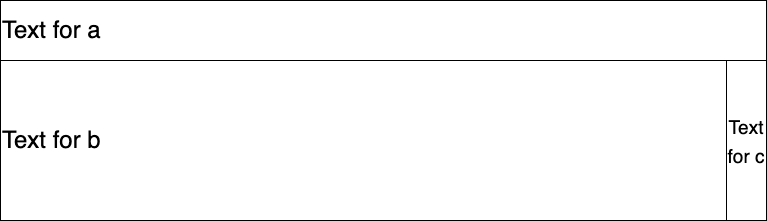
Above: public/assets/images/quizz_question5.png in yentruongmiu/wap0620.github.io (draw.io), before the change. Source tidied: cells renumbered, new cells last; positions are measured from the earlier drawing's top-left corner, leaving out a move shared by most shapes.
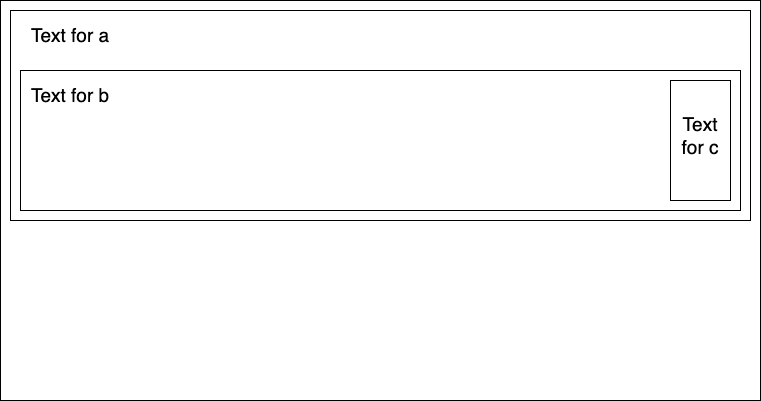
Later version of the same file.

What changed in the source:
```diff
@@ -2,14 +2,26 @@
   <root>
     <mxCell id="0" />
     <mxCell id="1" parent="0" />
+    <mxCell id="5" style="rounded=0;whiteSpace=wrap;html=1;fontSize=19;fillColor=none;" parent="1" vertex="1">
+      <mxGeometry x="6" y="-20" width="760" height="400" as="geometry" />
+    </mxCell>
+    <mxCell id="6" style="rounded=0;whiteSpace=wrap;html=1;fontSize=19;fillColor=none;align=left;" parent="1" vertex="1">
+      <mxGeometry x="16" y="-10" width="740" height="210" as="geometry" />
+    </mxCell>
+    <mxCell id="7" style="rounded=0;whiteSpace=wrap;html=1;fontSize=19;fillColor=none;" parent="1" vertex="1">
+      <mxGeometry x="26" y="50" width="720" height="140" as="geometry" />
+    </mxCell>
-    <mxCell id="2" value="&lt;font style=&quot;font-size: 24px;&quot;&gt;Text for a&lt;/font&gt;" style="rounded=0;whiteSpace=wrap;html=1;fillColor=none;align=left;" parent="1" vertex="1">
-      <mxGeometry width="766" height="60" as="geometry" />
+    <mxCell id="2" value="Text for a" style="text;html=1;strokeColor=none;fillColor=none;align=center;verticalAlign=middle;whiteSpace=wrap;rounded=0;fontSize=19;" parent="1" vertex="1">
+      <mxGeometry x="26" width="100" height="30" as="geometry" />
     </mxCell>
-    <mxCell id="3" value="Text for b" style="rounded=0;whiteSpace=wrap;html=1;fontSize=24;fillColor=none;align=left;" parent="1" vertex="1">
-      <mxGeometry y="60" width="766" height="160" as="geometry" />
+    <mxCell id="3" value="Text for b" style="text;html=1;strokeColor=none;fillColor=none;align=center;verticalAlign=middle;whiteSpace=wrap;rounded=0;fontSize=19;" parent="1" vertex="1">
+      <mxGeometry x="16" y="60" width="120" height="30" as="geometry" />
     </mxCell>
+    <mxCell id="8" style="rounded=0;whiteSpace=wrap;html=1;fontSize=19;fillColor=none;" parent="1" vertex="1">
+      <mxGeometry x="676" y="60" width="60" height="120" as="geometry" />
+    </mxCell>
-    <mxCell id="4" value="&lt;font style=&quot;font-size: 19px;&quot;&gt;Text for c&lt;/font&gt;" style="rounded=0;whiteSpace=wrap;html=1;fontSize=24;fillColor=none;" parent="1" vertex="1">
-      <mxGeometry x="726" y="60" width="40" height="160" as="geometry" />
+    <mxCell id="4" value="Text for c" style="text;html=1;strokeColor=none;fillColor=none;align=center;verticalAlign=middle;whiteSpace=wrap;rounded=0;fontSize=19;" parent="1" vertex="1">
+      <mxGeometry x="676" y="70" width="60" height="90" as="geometry" />
     </mxCell>
   </root>
 </mxGraphModel>
```
